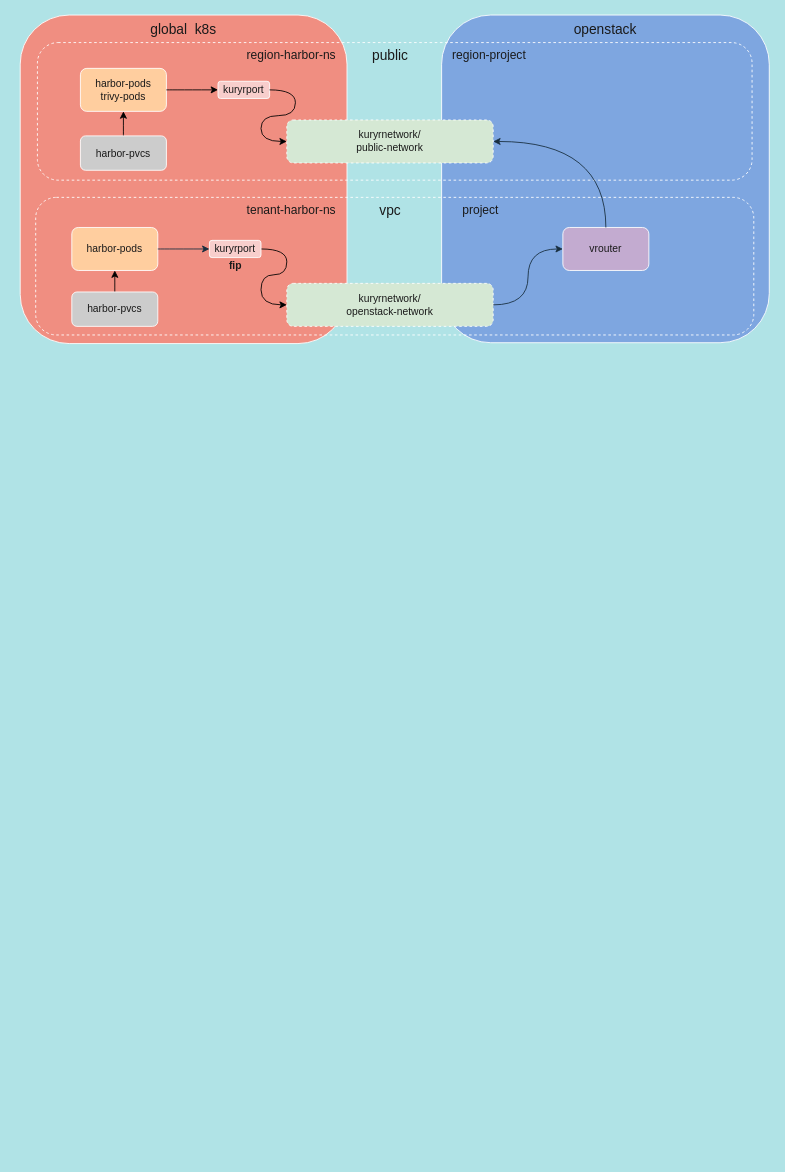
Earlier version of the draw.io diagram 容器镜像服务.drawio (Riverdd/picture). Source tidied: cells renumbered, new cells numbered last; positions are measured from the earlier drawing's top-left corner, leaving out a move shared by most shapes. Both pictures are drawn from the tidied source at 86%, with x=0, y=0 at pixel (20, 15).
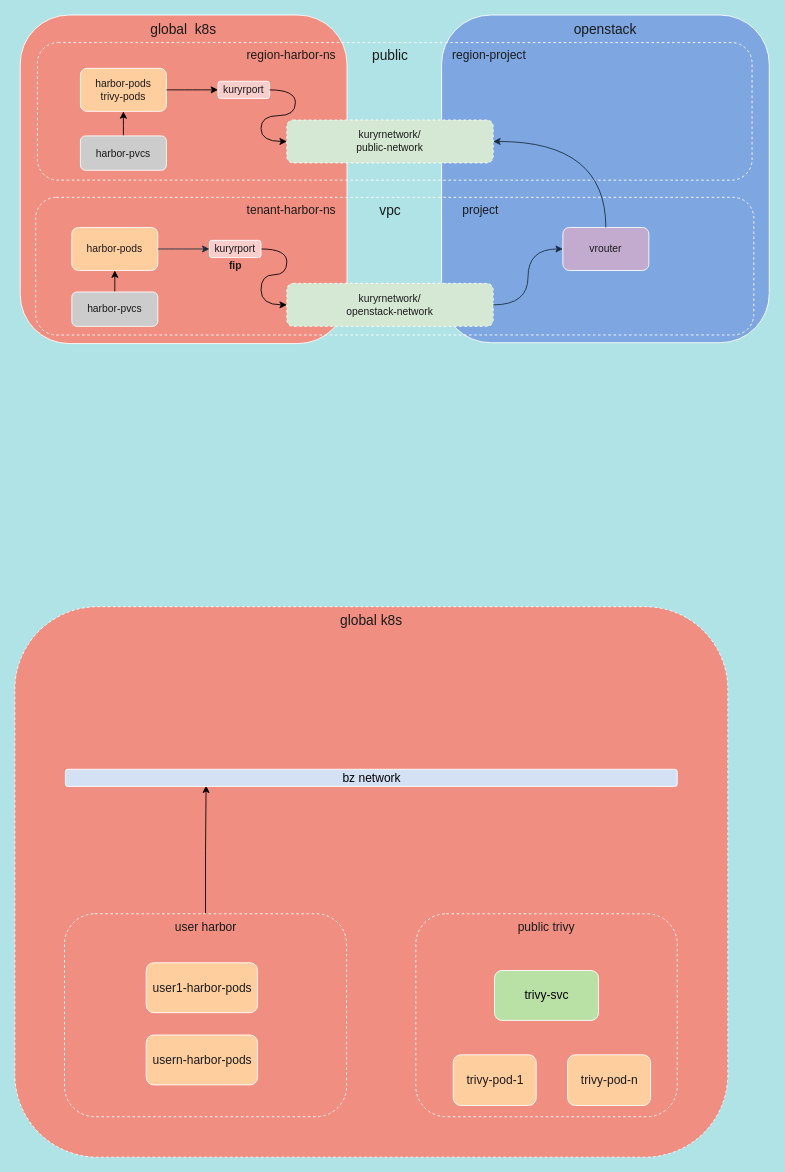
Above is the later version.

Commit message:
更新容器镜像服务.drawio

What changed in the source:
```diff
@@
+    <mxCell id="30" value="&lt;font style=&quot;font-size: 16px;&quot;&gt;global k8s&lt;/font&gt;" style="rounded=1;whiteSpace=wrap;html=1;fontSize=12;dashed=1;fillColor=#F08e81;strokeColor=#FFFFFF;fontColor=#1A1A1A;verticalAlign=top;" parent="1" vertex="1">
+      <mxGeometry x="-6.2" y="688" width="829" height="640" as="geometry" />
+    </mxCell>
+    <mxCell id="31" style="edgeStyle=orthogonalEdgeStyle;rounded=0;jettySize=auto;html=1;exitX=0.5;exitY=0;exitDx=0;exitDy=0;entryX=0.23;entryY=0.95;entryDx=0;entryDy=0;entryPerimeter=0;fontSize=14;" parent="1" edge="1" source="32" target="39">
+      <mxGeometry relative="1" as="geometry" />
+    </mxCell>
+    <mxCell id="32" value="user harbor" style="rounded=1;whiteSpace=wrap;html=1;dashed=1;labelBackgroundColor=none;fontSize=14;verticalAlign=top;fillColor=none;strokeColor=#FFFFFF;fontColor=#1A1A1A;" parent="1" vertex="1">
+      <mxGeometry x="51.5" y="1045" width="328" height="236" as="geometry" />
+    </mxCell>
+    <mxCell id="33" value="public trivy" style="rounded=1;whiteSpace=wrap;html=1;dashed=1;labelBackgroundColor=none;fontSize=14;verticalAlign=top;fillColor=none;strokeColor=#FFFFFF;fontColor=#1A1A1A;" parent="1" vertex="1">
+      <mxGeometry x="460" y="1045" width="304" height="236" as="geometry" />
+    </mxCell>
+    <mxCell id="34" value="trivy-svc" style="rounded=1;whiteSpace=wrap;html=1;fontSize=14;fillColor=#B9E0A5;strokeColor=#FFFFFF;verticalAlign=middle;" parent="1" vertex="1">
+      <mxGeometry x="551.5" y="1111" width="121" height="58" as="geometry" />
+    </mxCell>
+    <mxCell id="35" value="trivy-pod-1" style="rounded=1;whiteSpace=wrap;html=1;fontSize=14;fillColor=#FFCE9F;strokeColor=#FFFFFF;fontColor=#1A1A1A;verticalAlign=middle;" parent="1" vertex="1">
+      <mxGeometry x="503.5" y="1209" width="96.5" height="59" as="geometry" />
+    </mxCell>
+    <mxCell id="36" value="trivy-pod-n" style="rounded=1;whiteSpace=wrap;html=1;fontSize=14;fillColor=#FFCE9F;strokeColor=#FFFFFF;fontColor=#1A1A1A;verticalAlign=middle;" parent="1" vertex="1">
+      <mxGeometry x="636.5" y="1209" width="96.5" height="59" as="geometry" />
+    </mxCell>
+    <mxCell id="37" value="usern-harbor-pods" style="rounded=1;whiteSpace=wrap;html=1;fontSize=14;fillColor=#FFCE9F;strokeColor=#FFFFFF;fontColor=#1A1A1A;verticalAlign=middle;" parent="1" vertex="1">
+      <mxGeometry x="146.5" y="1186" width="129.5" height="58" as="geometry" />
+    </mxCell>
+    <mxCell id="38" value="user1-harbor-pods" style="rounded=1;whiteSpace=wrap;html=1;fontSize=14;fillColor=#FFCE9F;strokeColor=#FFFFFF;fontColor=#1A1A1A;verticalAlign=middle;" parent="1" vertex="1">
+      <mxGeometry x="146.5" y="1102" width="129.5" height="58" as="geometry" />
+    </mxCell>
+    <mxCell id="39" value="bz network" style="rounded=1;whiteSpace=wrap;html=1;glass=0;fontSize=14;fillColor=#D4E1F5;strokeColor=#FFFFFF;" parent="1" vertex="1">
+      <mxGeometry x="52.5" y="877" width="711.5" height="20" as="geometry" />
+    </mxCell>
```
